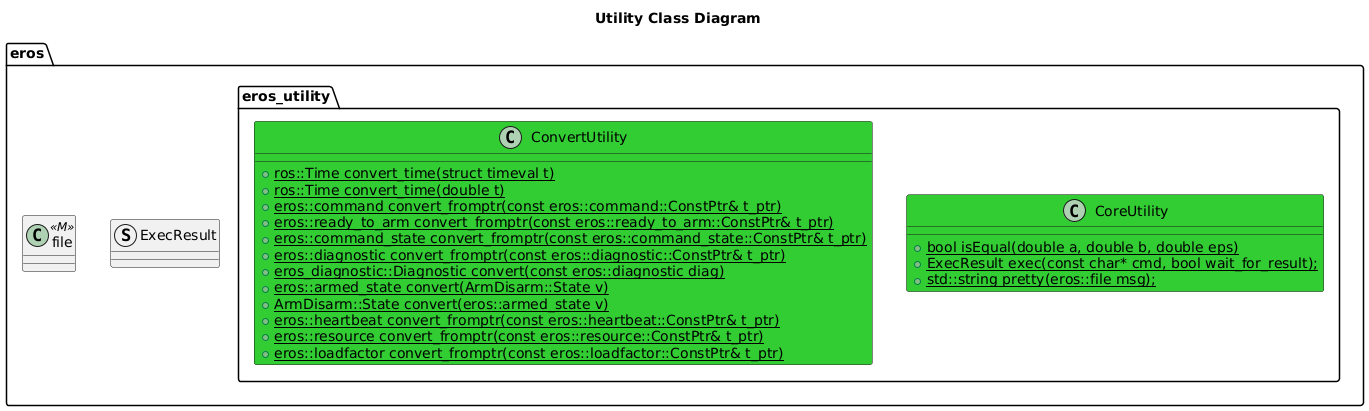
Before: include/eros_utility/doc/output/UtilityClassDiagram.png, a diagram exported from PlantUML (dgitz/eros). The source it was exported from:
```plantuml
@startuml
title Utility Class Diagram

package eros {
    struct ExecResult
    class file <<M>>

namespace eros_utility {
    class CoreUtility #LimeGreen {
        +{static} bool isEqual(double a, double b, double eps)
        +{static} ExecResult exec(const char* cmd, bool wait_for_result);
        +{static} std::string pretty(eros::file msg);
    }
    class ConvertUtility #LimeGreen {
        +{static} ros::Time convert_time(struct timeval t)
        +{static} ros::Time convert_time(double t)
        +{static} eros::command convert_fromptr(const eros::command::ConstPtr& t_ptr)
        +{static} eros::ready_to_arm convert_fromptr(const eros::ready_to_arm::ConstPtr& t_ptr)
        +{static} eros::command_state convert_fromptr(const eros::command_state::ConstPtr& t_ptr)
        +{static} eros::diagnostic convert_fromptr(const eros::diagnostic::ConstPtr& t_ptr)
        +{static} eros_diagnostic::Diagnostic convert(const eros::diagnostic diag)
        +{static} eros::armed_state convert(ArmDisarm::State v)
        +{static} ArmDisarm::State convert(eros::armed_state v)
        +{static} eros::heartbeat convert_fromptr(const eros::heartbeat::ConstPtr& t_ptr)
        +{static} eros::resource convert_fromptr(const eros::resource::ConstPtr& t_ptr)
        +{static} eros::loadfactor convert_fromptr(const eros::loadfactor::ConstPtr& t_ptr)

    }
}
}
@enduml
```
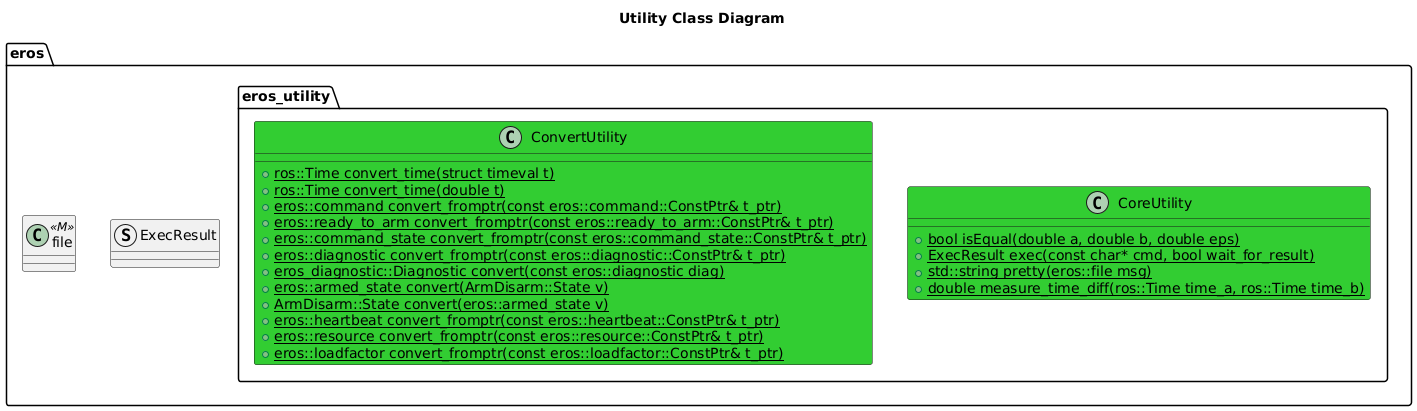
Above is the later version.

What changed in the source:
```diff
@@ -8,8 +8,9 @@
 namespace eros_utility {
     class CoreUtility #LimeGreen {
         +{static} bool isEqual(double a, double b, double eps)
-        +{static} ExecResult exec(const char* cmd, bool wait_for_result);
-        +{static} std::string pretty(eros::file msg);
+        +{static} ExecResult exec(const char* cmd, bool wait_for_result)
+        +{static} std::string pretty(eros::file msg)
+        +{static} double measure_time_diff(ros::Time time_a, ros::Time time_b)
     }
     class ConvertUtility #LimeGreen {
         +{static} ros::Time convert_time(struct timeval t)
@@ -24,7 +25,6 @@
         +{static} eros::heartbeat convert_fromptr(const eros::heartbeat::ConstPtr& t_ptr)
         +{static} eros::resource convert_fromptr(const eros::resource::ConstPtr& t_ptr)
         +{static} eros::loadfactor convert_fromptr(const eros::loadfactor::ConstPtr& t_ptr)
-
     }
 }
 }
```
